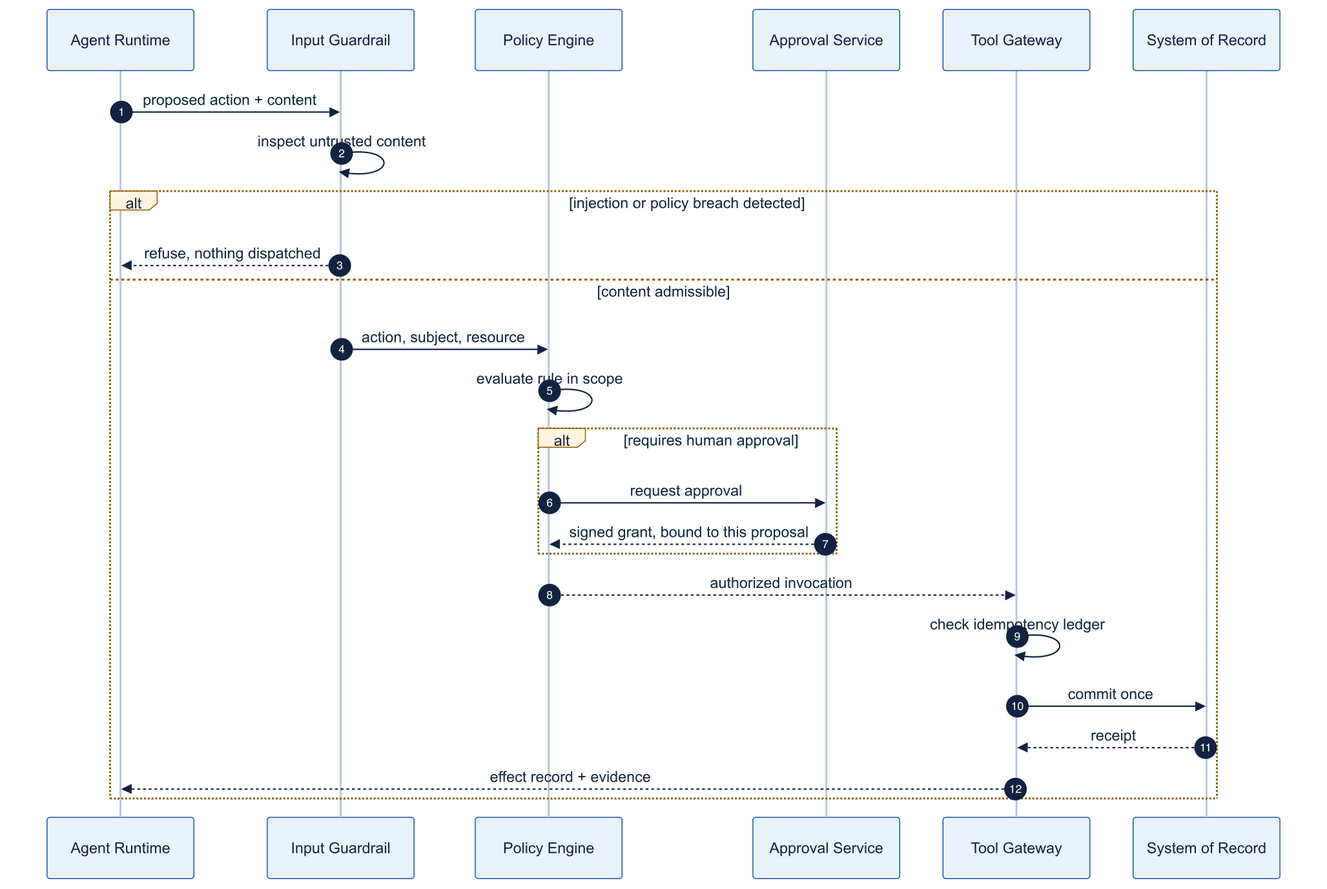
rrahimi-uci/building-enterprise-general-intelligence keeps this Mermaid diagram as assets/diagrams/guardrail-sequence.png. Above is the earlier version. Its source is kept beside it as assets/diagrams/src/guardrail-sequence.mmd. The source it was exported from:
```mermaid
sequenceDiagram
    autonumber
    participant Agent as Agent Runtime
    participant In as Input Guardrail
    participant Pol as Policy Engine
    participant App as Approval Service
    participant Tool as Tool Gateway
    participant Sys as System of Record

    Agent->>In: proposed action + content
    In->>In: inspect untrusted content
    alt injection or policy breach detected
        In-->>Agent: refuse, nothing dispatched
    else content admissible
        In->>Pol: action, subject, resource
        Pol->>Pol: evaluate rule in scope
        alt requires human approval
            Pol->>App: request approval
            App-->>Pol: signed grant, bound to this proposal
        end
        Pol-->>Tool: authorized invocation
        Tool->>Tool: check idempotency ledger
        Tool->>Sys: commit once
        Sys-->>Tool: receipt
        Tool-->>Agent: effect record + evidence
    end
```
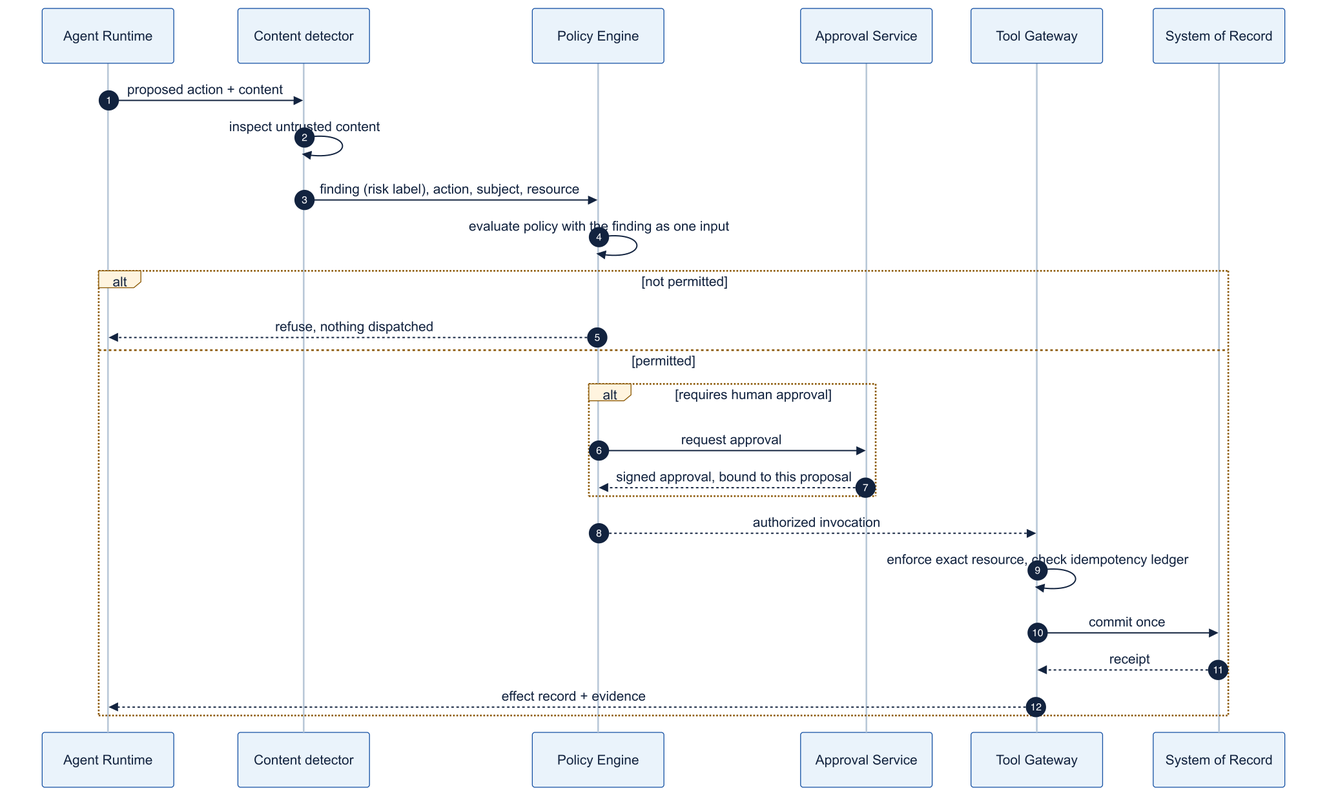
After the change.

The edit, as a diff of the source:
```diff
@@ -1,25 +1,25 @@
 sequenceDiagram
     autonumber
     participant Agent as Agent Runtime
-    participant In as Input Guardrail
+    participant Det as Content detector
     participant Pol as Policy Engine
     participant App as Approval Service
     participant Tool as Tool Gateway
     participant Sys as System of Record
 
-    Agent->>In: proposed action + content
-    In->>In: inspect untrusted content
-    alt injection or policy breach detected
-        In-->>Agent: refuse, nothing dispatched
-    else content admissible
-        In->>Pol: action, subject, resource
-        Pol->>Pol: evaluate rule in scope
+    Agent->>Det: proposed action + content
+    Det->>Det: inspect untrusted content
+    Det->>Pol: finding (risk label), action, subject, resource
+    Pol->>Pol: evaluate policy with the finding as one input
+    alt not permitted
+        Pol-->>Agent: refuse, nothing dispatched
+    else permitted
         alt requires human approval
             Pol->>App: request approval
-            App-->>Pol: signed grant, bound to this proposal
+            App-->>Pol: signed approval, bound to this proposal
         end
         Pol-->>Tool: authorized invocation
-        Tool->>Tool: check idempotency ledger
+        Tool->>Tool: enforce exact resource, check idempotency ledger
         Tool->>Sys: commit once
         Sys-->>Tool: receipt
         Tool-->>Agent: effect record + evidence
```
